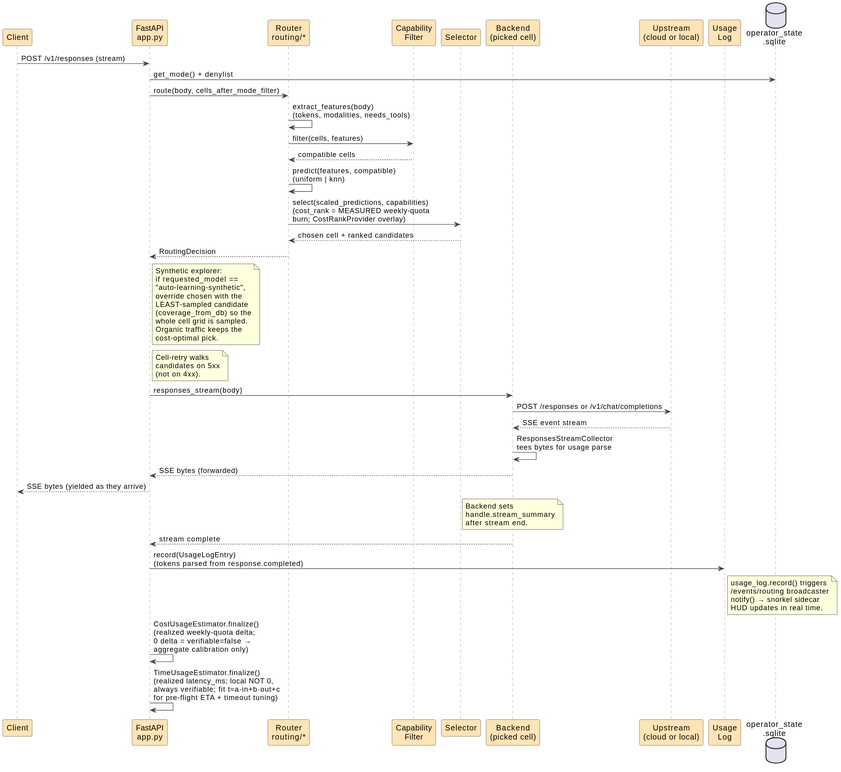
rohankhanna/callosum keeps this PlantUML diagram as docs/architecture/request_lifecycle.svg. Above is the earlier version.
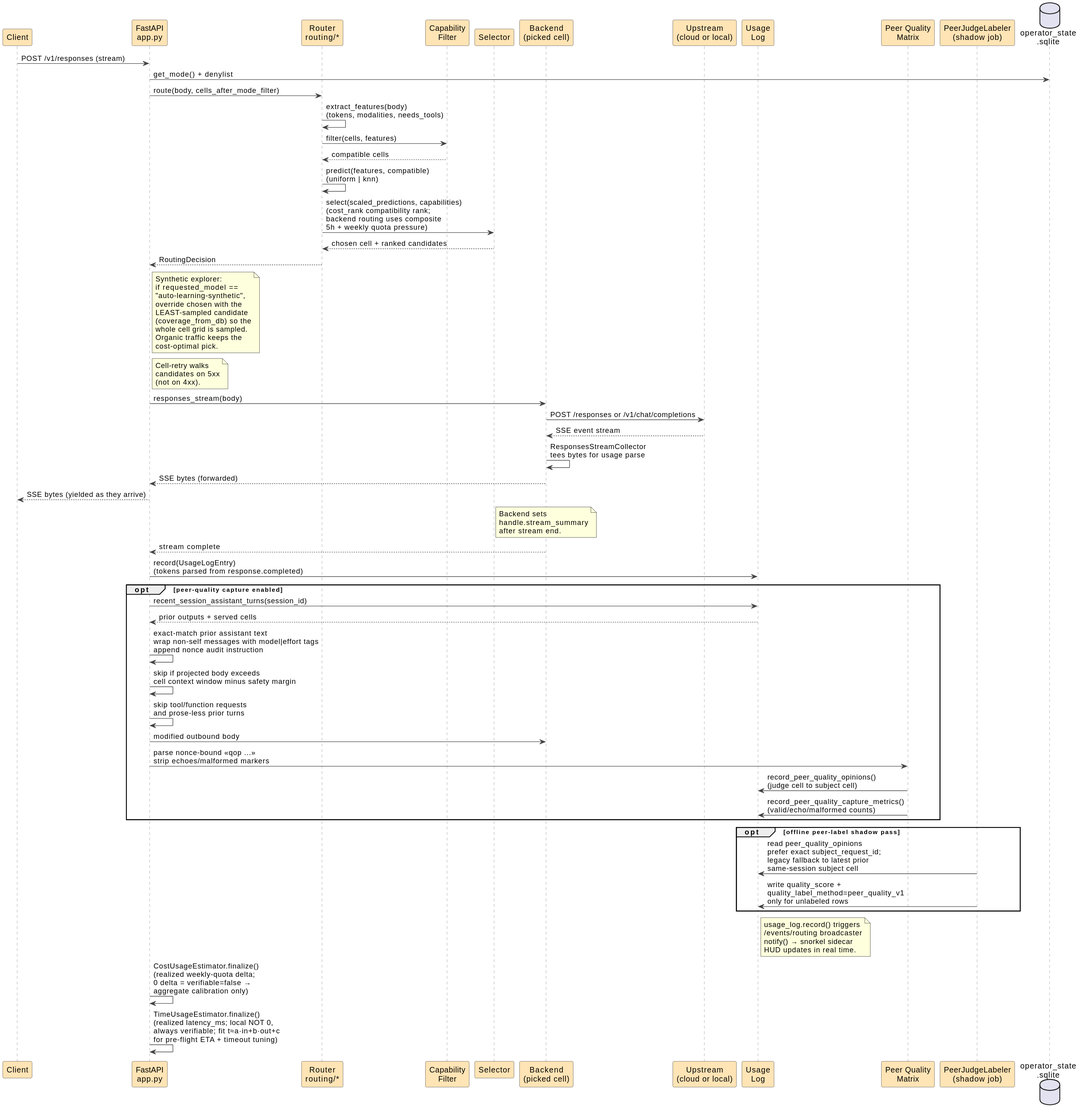
The same file after the commit.

What changed in the source:
```diff
@@ -19,6 +19,8 @@
 participant "Backend\n(picked cell)" as B
 participant "Upstream\n(cloud or local)" as U
 participant "Usage\nLog" as UL
+participant "Peer Quality\nMatrix" as PQ
+participant "PeerJudgeLabeler\n(shadow job)" as PJ
 database "operator_state\n.sqlite" as OS
 
 C -> App : POST /v1/responses (stream)
@@ -28,7 +30,7 @@
 R -> CF : filter(cells, features)
 CF --> R : compatible cells
 R -> R : predict(features, compatible)\n(uniform | knn)
-R -> S : select(scaled_predictions, capabilities)\n(cost_rank = MEASURED weekly-quota\nburn; CostRankProvider overlay)
+R -> S : select(scaled_predictions, capabilities)\n(cost_rank compatibility rank;\nbackend routing uses composite\n5h + weekly quota pressure)
 S --> R : chosen cell + ranked candidates
 R --> App : RoutingDecision
 
@@ -66,6 +68,23 @@
 B --> App : stream complete
 App -> UL : record(UsageLogEntry)\n(tokens parsed from response.completed)
 
+opt peer-quality capture enabled
+  App -> UL : recent_session_assistant_turns(session_id)
+  UL --> App : prior outputs + served cells
+  App -> App : exact-match prior assistant text\nwrap non-self messages with model|effort tags\nappend nonce audit instruction
+  App -> App : skip if projected body exceeds\ncell context window minus safety margin
+  App -> App : skip tool/function requests\nand prose-less prior turns
+  App -> B : modified outbound body
+  App -> PQ : parse nonce-bound <<qop ...>>\nstrip echoes/malformed markers
+  PQ -> UL : record_peer_quality_opinions()\n(judge cell to subject cell)
+  PQ -> UL : record_peer_quality_capture_metrics()\n(valid/echo/malformed counts)
+end
+
+opt offline peer-label shadow pass
+  PJ -> UL : read peer_quality_opinions\nprefer exact subject_request_id;\nlegacy fallback to latest prior\nsame-session subject cell
+  PJ -> UL : write quality_score +\nquality_label_method=peer_quality_v1\nonly for unlabeled rows
+end
+
 note right of UL
   usage_log.record() triggers
   /events/routing broadcaster
```
